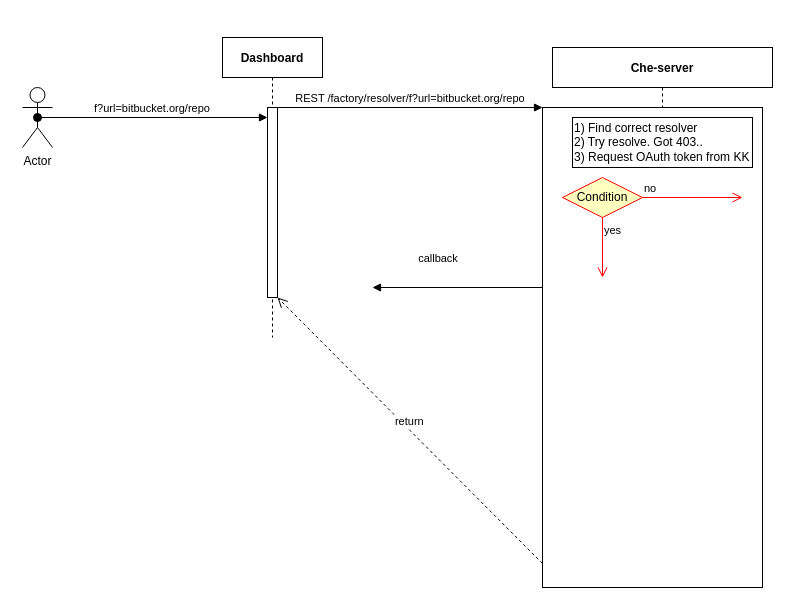
mshaposhnik/spec-docs keeps this draw.io diagram as Untitled Diagram.drawio. Above is the earlier version. Source tidied: cells renumbered, new cells numbered last; positions are measured from the earlier drawing's top-left corner, leaving out a move shared by most shapes. Both pictures are drawn from the tidied source at 100%, with x=0, y=0 at pixel (22, 37).
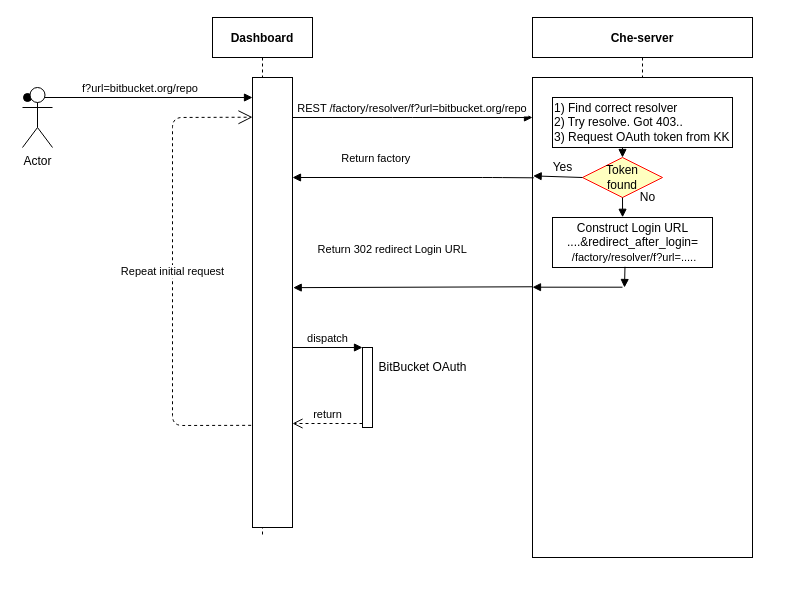
After the change.

What changed in the source:
```diff
@@
     <mxCell id="2" value="Dashboard" style="shape=umlLifeline;perimeter=lifelinePerimeter;rounded=0;shadow=0;strokeWidth=1;fontStyle=1;" parent="1" vertex="1">
-      <mxGeometry x="200" width="100" height="300" as="geometry" />
+      <mxGeometry x="190" y="-20" width="100" height="520" as="geometry" />
     </mxCell>
     <mxCell id="3" style="points=[];perimeter=orthogonalPerimeter;rounded=0;shadow=0;strokeWidth=1;" parent="2" vertex="1">
-      <mxGeometry x="45" y="70" width="10" height="190" as="geometry" />
+      <mxGeometry x="40" y="60" width="40" height="450" as="geometry" />
     </mxCell>
@@
     <mxCell id="5" value="Che-server" style="shape=umlLifeline;perimeter=lifelinePerimeter;rounded=0;shadow=0;strokeWidth=1;fontStyle=1;" parent="1" vertex="1">
-      <mxGeometry x="530" y="10" width="220" height="540" as="geometry" />
+      <mxGeometry x="510" y="-20" width="220" height="540" as="geometry" />
     </mxCell>
     <mxCell id="6" style="points=[];perimeter=orthogonalPerimeter;rounded=0;shadow=0;strokeWidth=1;" parent="5" vertex="1">
-      <mxGeometry x="-10" y="60" width="220" height="480" as="geometry" />
+      <mxGeometry y="60" width="220" height="480" as="geometry" />
     </mxCell>
     <mxCell id="7" value="&lt;div&gt;&lt;span&gt;1) Find correct resolver&lt;/span&gt;&lt;/div&gt;&lt;div&gt;&lt;span&gt;2) Try resolve. Got 403..&lt;/span&gt;&lt;/div&gt;&lt;div&gt;&lt;span&gt;3) Request OAuth token from KK&lt;/span&gt;&lt;/div&gt;" style="shape=umlLifeline;perimeter=lifelinePerimeter;whiteSpace=wrap;html=1;align=left;size=50;" parent="5" vertex="1">
-      <mxGeometry x="20" y="70" width="180" height="50" as="geometry" />
+      <mxGeometry x="20" y="80" width="180" height="50" as="geometry" />
     </mxCell>
-    <mxCell id="8" value="Condition" style="rhombus;whiteSpace=wrap;html=1;fillColor=#ffffc0;strokeColor=#ff0000;" parent="5" vertex="1">
-      <mxGeometry x="10" y="130" width="80" height="40" as="geometry" />
+    <mxCell id="8" value="Token&lt;br&gt;found&lt;br&gt;" style="rhombus;whiteSpace=wrap;html=1;fillColor=#ffffc0;strokeColor=#ff0000;" parent="5" vertex="1">
+      <mxGeometry x="50" y="140" width="80" height="40" as="geometry" />
     </mxCell>
-    <mxCell id="9" value="no" style="edgeStyle=orthogonalEdgeStyle;html=1;align=left;verticalAlign=bottom;endArrow=open;endSize=8;strokeColor=#ff0000;" parent="5" edge="1" source="8">
-      <mxGeometry x="-1" relative="1" as="geometry">
-        <mxPoint x="190" y="150" as="targetPoint" />
-      </mxGeometry>
-    </mxCell>
-    <mxCell id="10" value="yes" style="edgeStyle=orthogonalEdgeStyle;html=1;align=left;verticalAlign=top;endArrow=open;endSize=8;strokeColor=#ff0000;" parent="5" edge="1" source="8">
-      <mxGeometry x="-1" relative="1" as="geometry">
-        <mxPoint x="50" y="230" as="targetPoint" />
-      </mxGeometry>
-    </mxCell>
+    <mxCell id="15" value="Yes" style="text;html=1;align=center;verticalAlign=middle;fillColor=none;strokeColor=none;rounded=0;" parent="5" vertex="1">
+      <mxGeometry x="10" y="140" width="40" height="20" as="geometry" />
+    </mxCell>
+    <mxCell id="16" value="No" style="text;html=1;align=center;verticalAlign=middle;fillColor=none;strokeColor=none;rounded=0;" parent="5" vertex="1">
+      <mxGeometry x="100" y="170" width="30" height="20" as="geometry" />
+    </mxCell>
+    <mxCell id="17" value="Construct Login URL&lt;br&gt;....&amp;amp;redirect_after_login=&lt;br&gt;&lt;span style=&quot;font-size: 11px ; background-color: rgb(255 , 255 , 255)&quot;&gt;&amp;nbsp;/factory/resolver/f?url=.....&lt;/span&gt;" style="html=1;align=center;" parent="5" vertex="1">
+      <mxGeometry x="20" y="200" width="160" height="50" as="geometry" />
+    </mxCell>
+    <mxCell id="18" style="verticalAlign=bottom;endArrow=block;shadow=0;strokeWidth=1;" parent="5" edge="1">
+      <mxGeometry x="0.29" y="-10" relative="1" as="geometry">
+        <mxPoint x="90" y="269.7" as="sourcePoint" />
+        <mxPoint y="269.7" as="targetPoint" />
+      </mxGeometry>
+    </mxCell>
+    <mxCell id="19" style="html=1;verticalAlign=bottom;endArrow=block;exitX=0.5;exitY=1;exitDx=0;exitDy=0;entryX=0.438;entryY=-0.004;entryDx=0;entryDy=0;entryPerimeter=0;" parent="5" edge="1" source="8" target="17">
+      <mxGeometry relative="1" as="geometry" />
+    </mxCell>
+    <mxCell id="20" style="html=1;verticalAlign=bottom;endArrow=block;exitX=0;exitY=0.5;exitDx=0;exitDy=0;entryX=0.003;entryY=0.205;entryDx=0;entryDy=0;entryPerimeter=0;" parent="5" edge="1" source="8" target="6">
+      <mxGeometry relative="1" as="geometry" />
+    </mxCell>
+    <mxCell id="21" style="html=1;verticalAlign=bottom;endArrow=block;entryX=0.5;entryY=0;entryDx=0;entryDy=0;" parent="5" edge="1" target="8">
+      <mxGeometry x="-1" y="50" relative="1" as="geometry">
+        <mxPoint x="90" y="130" as="sourcePoint" />
+        <Array as="points">
+          <mxPoint x="90" y="130" />
+        </Array>
+      </mxGeometry>
+    </mxCell>
+    <mxCell id="12" value="REST /factory/resolver/f?url=bitbucket.org/repo" style="verticalAlign=bottom;endArrow=block;shadow=0;strokeWidth=1;" parent="1" edge="1" source="3">
+      <mxGeometry relative="1" as="geometry">
+        <mxPoint x="510" y="80" as="targetPoint" />
+        <Array as="points">
+          <mxPoint x="380" y="80" />
+        </Array>
+      </mxGeometry>
+    </mxCell>
+    <mxCell id="14" value="Actor" style="shape=umlActor;verticalLabelPosition=bottom;verticalAlign=top;html=1;" parent="1" vertex="1">
+      <mxGeometry y="50" width="30" height="60" as="geometry" />
+    </mxCell>
+    <mxCell id="22" value=" Return factory  " style="verticalAlign=bottom;endArrow=block;shadow=0;strokeWidth=1;exitX=0.006;exitY=0.209;exitDx=0;exitDy=0;exitPerimeter=0;" parent="1" edge="1" source="6" target="3">
+      <mxGeometry x="0.29" y="-10" relative="1" as="geometry">
+        <Array as="points">
+          <mxPoint x="470" y="140" />
+        </Array>
+      </mxGeometry>
+    </mxCell>
+    <mxCell id="23" value="  Return 302 redirect Login URL " style="verticalAlign=bottom;endArrow=block;shadow=0;strokeWidth=1;entryX=1.018;entryY=0.467;entryDx=0;entryDy=0;entryPerimeter=0;exitX=-0.001;exitY=0.436;exitDx=0;exitDy=0;exitPerimeter=0;" parent="1" edge="1" source="6" target="3">
+      <mxGeometry x="0.18" y="-29" relative="1" as="geometry" />
+    </mxCell>
+    <mxCell id="24" style="html=1;points=[];perimeter=orthogonalPerimeter;" parent="1" vertex="1">
+      <mxGeometry x="340" y="310" width="10" height="80" as="geometry" />
+    </mxCell>
+    <mxCell id="25" value="dispatch" style="html=1;verticalAlign=bottom;endArrow=block;entryX=0;entryY=0;" parent="1" edge="1" source="3" target="24">
+      <mxGeometry relative="1" as="geometry" />
+    </mxCell>
-    <mxCell id="11" value="return" style="verticalAlign=bottom;endArrow=open;dashed=1;endSize=8;exitX=0;exitY=0.95;shadow=0;strokeWidth=1;" parent="1" edge="1" source="6" target="3">
+    <mxCell id="11" value="return" style="html=1;verticalAlign=bottom;endArrow=open;dashed=1;endSize=8;exitX=0;exitY=0.95;" parent="1" edge="1" source="24" target="3">
       <mxGeometry relative="1" as="geometry" />
     </mxCell>
-    <mxCell id="12" value="REST /factory/resolver/f?url=bitbucket.org/repo" style="verticalAlign=bottom;endArrow=block;entryX=0;entryY=0;shadow=0;strokeWidth=1;" parent="1" edge="1" source="3" target="6">
-      <mxGeometry relative="1" as="geometry" />
-    </mxCell>
-    <mxCell id="13" value="callback" style="verticalAlign=bottom;endArrow=block;shadow=0;strokeWidth=1;" parent="1" edge="1" source="6">
-      <mxGeometry x="0.22" y="-20" relative="1" as="geometry">
-        <mxPoint x="350" y="250" as="targetPoint" />
-      </mxGeometry>
-    </mxCell>
-    <mxCell id="14" value="Actor" style="shape=umlActor;verticalLabelPosition=bottom;verticalAlign=top;html=1;" parent="1" vertex="1">
-      <mxGeometry y="50" width="30" height="60" as="geometry" />
-    </mxCell>
+    <mxCell id="26" value="BitBucket OAuth" style="text;html=1;align=center;verticalAlign=middle;" parent="1" vertex="1">
+      <mxGeometry x="350" y="320" width="100" height="20" as="geometry" />
+    </mxCell>
+    <mxCell id="27" style="html=1;verticalAlign=bottom;endArrow=block;exitX=0.453;exitY=0.986;exitDx=0;exitDy=0;exitPerimeter=0;" parent="1" edge="1" source="17">
+      <mxGeometry relative="1" as="geometry">
+        <mxPoint x="602" y="250" as="targetPoint" />
+      </mxGeometry>
+    </mxCell>
+    <mxCell id="28" value="Repeat initial request" style="endArrow=open;endSize=12;dashed=1;html=1;exitX=-0.034;exitY=0.773;exitDx=0;exitDy=0;exitPerimeter=0;" parent="1" edge="1" source="3">
+      <mxGeometry relative="1" as="geometry">
+        <mxPoint x="230" y="79.7" as="targetPoint" />
+        <Array as="points">
+          <mxPoint x="150" y="388" />
+          <mxPoint x="150" y="80" />
+        </Array>
+      </mxGeometry>
+    </mxCell>
```
